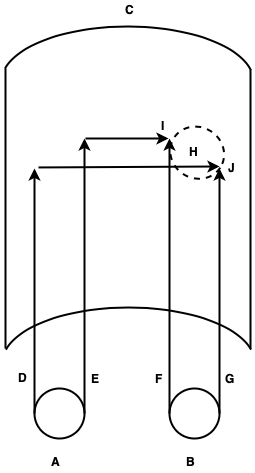
This is graphics/hemicylinder.png from PhilGeek/timaeus, a draw.io export, as it was before one commit. Source tidied: cells renumbered, new cells last; positions are measured from the earlier drawing's top-left corner, leaving out a move shared by most shapes.
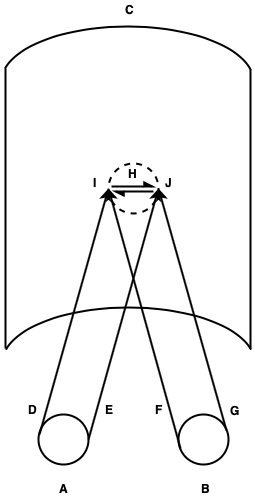
Later version of the same file.

What changed in the source:
```diff
@@ -20,78 +20,75 @@
         <mxPoint x="249" y="69" as="targetPoint" />
       </mxGeometry>
     </mxCell>
-    <mxCell id="6" style="ellipse;whiteSpace=wrap;html=1;strokeWidth=2;" parent="1" vertex="1">
-      <mxGeometry x="33" y="388" width="50" height="50" as="geometry" />
-    </mxCell>
-    <mxCell id="7" style="ellipse;whiteSpace=wrap;html=1;strokeWidth=2;" parent="1" vertex="1">
-      <mxGeometry x="168" y="388" width="50" height="50" as="geometry" />
-    </mxCell>
-    <mxCell id="8" style="endArrow=classic;html=1;strokeWidth=2;exitX=1;exitY=0.5;exitDx=0;exitDy=0;" parent="1" edge="1">
-      <mxGeometry relative="1" as="geometry">
-        <mxPoint x="218" y="413" as="sourcePoint" />
-        <mxPoint x="218" y="168" as="targetPoint" />
-      </mxGeometry>
-    </mxCell>
-    <mxCell id="9" style="endArrow=classic;html=1;strokeWidth=2;exitX=0;exitY=0.5;exitDx=0;exitDy=0;" parent="1" edge="1" source="6">
-      <mxGeometry relative="1" as="geometry">
-        <mxPoint x="33" y="168" as="targetPoint" />
-      </mxGeometry>
-    </mxCell>
-    <mxCell id="10" style="endArrow=classic;html=1;strokeWidth=2;" parent="1" edge="1">
-      <mxGeometry relative="1" as="geometry">
-        <mxPoint x="84" y="138" as="sourcePoint" />
-        <mxPoint x="167" y="138" as="targetPoint" />
-      </mxGeometry>
-    </mxCell>
-    <mxCell id="11" style="endArrow=classic;html=1;strokeWidth=2;exitX=0;exitY=0.5;exitDx=0;exitDy=0;" parent="1" edge="1">
-      <mxGeometry relative="1" as="geometry">
-        <mxPoint x="168" y="413" as="sourcePoint" />
-        <mxPoint x="168" y="138" as="targetPoint" />
-      </mxGeometry>
-    </mxCell>
-    <mxCell id="12" style="endArrow=classic;html=1;strokeWidth=2;exitX=1;exitY=0.5;exitDx=0;exitDy=0;" parent="1" edge="1" source="6">
-      <mxGeometry relative="1" as="geometry">
-        <mxPoint x="83" y="138" as="targetPoint" />
-      </mxGeometry>
-    </mxCell>
-    <mxCell id="13" style="endArrow=classic;html=1;strokeWidth=2;entryX=1;entryY=0.5;entryDx=0;entryDy=0;" parent="1" edge="1">
-      <mxGeometry relative="1" as="geometry">
-        <mxPoint x="37" y="166.9" as="sourcePoint" />
-        <mxPoint x="218" y="166" as="targetPoint" />
-      </mxGeometry>
-    </mxCell>
+    <mxCell id="16" value="&lt;b&gt;C&lt;/b&gt;" style="text;html=1;align=left;verticalAlign=top;spacingTop=-4;" parent="1" vertex="1">
+      <mxGeometry x="122" width="20" height="20" as="geometry" />
+    </mxCell>
+    <mxCell id="25" style="group;" parent="1" vertex="1">
+      <mxGeometry x="25" y="164" width="202" height="335" as="geometry" />
+    </mxCell>
+    <mxCell id="26" style="ellipse;whiteSpace=wrap;html=1;strokeWidth=2;" parent="25" vertex="1">
+      <mxGeometry x="12" y="250" width="50" height="50" as="geometry" />
+    </mxCell>
+    <mxCell id="27" style="ellipse;whiteSpace=wrap;html=1;strokeWidth=2;dashed=1;" parent="25" vertex="1">
+      <mxGeometry x="82" y="-1" width="50" height="50" as="geometry" />
+    </mxCell>
+    <mxCell id="28" style="ellipse;whiteSpace=wrap;html=1;strokeWidth=2;" parent="25" vertex="1">
+      <mxGeometry x="152" y="250" width="50" height="50" as="geometry" />
+    </mxCell>
+    <mxCell id="29" style="endArrow=classic;html=1;strokeWidth=2;entryX=1;entryY=0.5;entryDx=0;entryDy=0;" parent="25" edge="1" target="27">
+      <mxGeometry relative="1" as="geometry">
+        <mxPoint x="200" y="266" as="sourcePoint" />
+      </mxGeometry>
+    </mxCell>
+    <mxCell id="30" style="endArrow=classic;html=1;strokeWidth=2;entryX=1;entryY=0.5;entryDx=0;entryDy=0;exitX=1;exitY=0.5;exitDx=0;exitDy=0;" parent="25" edge="1" source="26" target="27">
+      <mxGeometry relative="1" as="geometry" />
+    </mxCell>
+    <mxCell id="31" style="endArrow=classic;html=1;strokeWidth=2;entryX=0;entryY=0.5;entryDx=0;entryDy=0;" parent="25" edge="1" target="27">
+      <mxGeometry relative="1" as="geometry">
+        <mxPoint x="13" y="270" as="sourcePoint" />
+      </mxGeometry>
+    </mxCell>
+    <mxCell id="32" style="endArrow=classic;html=1;strokeWidth=2;entryX=0;entryY=0.5;entryDx=0;entryDy=0;exitX=0.04;exitY=0.687;exitDx=0;exitDy=0;exitPerimeter=0;" parent="25" edge="1" source="28" target="27">
+      <mxGeometry relative="1" as="geometry" />
+    </mxCell>
-    <mxCell id="14" value="&lt;b&gt;A&lt;/b&gt;" style="text;html=1;align=left;verticalAlign=top;spacingTop=-4;" parent="1" vertex="1">
-      <mxGeometry x="48" y="452" width="20" height="20" as="geometry" />
+    <mxCell id="14" value="&lt;b&gt;A&lt;/b&gt;" style="text;html=1;align=left;verticalAlign=top;spacingTop=-4;" parent="25" vertex="1">
+      <mxGeometry x="31" y="315" width="20" height="20" as="geometry" />
     </mxCell>
-    <mxCell id="15" value="&lt;b&gt;B&lt;/b&gt;" style="text;html=1;align=left;verticalAlign=top;spacingTop=-4;" parent="1" vertex="1">
-      <mxGeometry x="183" y="452" width="20" height="20" as="geometry" />
+    <mxCell id="15" value="&lt;b&gt;B&lt;/b&gt;" style="text;html=1;align=left;verticalAlign=top;spacingTop=-4;" parent="25" vertex="1">
+      <mxGeometry x="173" y="315" width="20" height="20" as="geometry" />
     </mxCell>
-    <mxCell id="16" value="&lt;b&gt;C&lt;/b&gt;" style="text;html=1;align=left;verticalAlign=top;spacingTop=-4;" parent="1" vertex="1">
-      <mxGeometry x="122" width="20" height="20" as="geometry" />
-    </mxCell>
-    <mxCell id="17" value="&lt;b&gt;D&lt;/b&gt;" style="text;html=1;align=left;verticalAlign=top;spacingTop=-4;" parent="1" vertex="1">
-      <mxGeometry x="15" y="368" width="20" height="20" as="geometry" />
+    <mxCell id="17" value="&lt;b&gt;D&lt;/b&gt;" style="text;html=1;align=left;verticalAlign=top;spacingTop=-4;" parent="25" vertex="1">
+      <mxGeometry y="236" width="20" height="20" as="geometry" />
     </mxCell>
-    <mxCell id="18" value="&lt;b&gt;E&lt;/b&gt;" style="text;html=1;align=left;verticalAlign=top;spacingTop=-4;" parent="1" vertex="1">
-      <mxGeometry x="88" y="368.5" width="20" height="20" as="geometry" />
+    <mxCell id="18" value="&lt;b&gt;E&lt;/b&gt;" style="text;html=1;align=left;verticalAlign=top;spacingTop=-4;" parent="25" vertex="1">
+      <mxGeometry x="77" y="236" width="20" height="20" as="geometry" />
     </mxCell>
-    <mxCell id="19" value="&lt;b&gt;F&lt;/b&gt;" style="text;html=1;align=left;verticalAlign=top;spacingTop=-4;" parent="1" vertex="1">
-      <mxGeometry x="152" y="368.5" width="20" height="20" as="geometry" />
+    <mxCell id="19" value="&lt;b&gt;F&lt;/b&gt;" style="text;html=1;align=left;verticalAlign=top;spacingTop=-4;" parent="25" vertex="1">
+      <mxGeometry x="127" y="236" width="20" height="20" as="geometry" />
     </mxCell>
-    <mxCell id="20" value="&lt;b&gt;G&lt;/b&gt;" style="text;html=1;align=left;verticalAlign=top;spacingTop=-4;" parent="1" vertex="1">
-      <mxGeometry x="222" y="368.5" width="20" height="20" as="geometry" />
-    </mxCell>
-    <mxCell id="21" value="&lt;b&gt;H&lt;/b&gt;" style="text;html=1;align=left;verticalAlign=top;spacingTop=-4;" parent="1" vertex="1">
-      <mxGeometry x="185.5" y="141.5" width="20" height="20" as="geometry" />
+    <mxCell id="21" value="&lt;b&gt;H&lt;/b&gt;" style="text;html=1;align=left;verticalAlign=top;spacingTop=-4;" parent="25" vertex="1">
+      <mxGeometry x="100" width="20" height="20" as="geometry" />
     </mxCell>
-    <mxCell id="22" style="ellipse;whiteSpace=wrap;html=1;strokeWidth=2;fillColor=none;dashed=1;rotation=33;" parent="1" vertex="1">
-      <mxGeometry x="168" y="126" width="55" height="51" as="geometry" />
-    </mxCell>
-    <mxCell id="23" value="&lt;b&gt;J&lt;/b&gt;" style="text;html=1;align=left;verticalAlign=top;spacingTop=-4;" parent="1" vertex="1">
-      <mxGeometry x="225" y="158" width="20" height="20" as="geometry" />
+    <mxCell id="23" value="&lt;b&gt;J&lt;/b&gt;" style="text;html=1;align=left;verticalAlign=top;spacingTop=-4;" parent="25" vertex="1">
+      <mxGeometry x="137" y="9" width="20" height="20" as="geometry" />
     </mxCell>
-    <mxCell id="24" value="&lt;b&gt;I&lt;/b&gt;" style="text;html=1;align=left;verticalAlign=top;spacingTop=-4;" parent="1" vertex="1">
-      <mxGeometry x="158" y="116" width="20" height="20" as="geometry" />
+    <mxCell id="24" value="&lt;b&gt;I&lt;/b&gt;" style="text;html=1;align=left;verticalAlign=top;spacingTop=-4;" parent="25" vertex="1">
+      <mxGeometry x="65" y="9" width="20" height="20" as="geometry" />
     </mxCell>
+    <mxCell id="33" style="endArrow=async;html=1;strokeWidth=2;endFill=1;" parent="25" edge="1">
+      <mxGeometry relative="1" as="geometry">
+        <mxPoint x="85" y="22" as="sourcePoint" />
+        <mxPoint x="128" y="22" as="targetPoint" />
+      </mxGeometry>
+    </mxCell>
+    <mxCell id="34" style="endArrow=async;html=1;strokeWidth=2;endFill=1;" parent="25" edge="1">
+      <mxGeometry relative="1" as="geometry">
+        <mxPoint x="127" y="27" as="sourcePoint" />
+        <mxPoint x="87" y="27" as="targetPoint" />
+      </mxGeometry>
+    </mxCell>
+    <mxCell id="20" value="&lt;b&gt;G&lt;/b&gt;" style="text;html=1;align=left;verticalAlign=top;spacingTop=-4;" parent="1" vertex="1">
+      <mxGeometry x="227" y="401" width="20" height="20" as="geometry" />
+    </mxCell>
   </root>
 </mxGraphModel>
```
